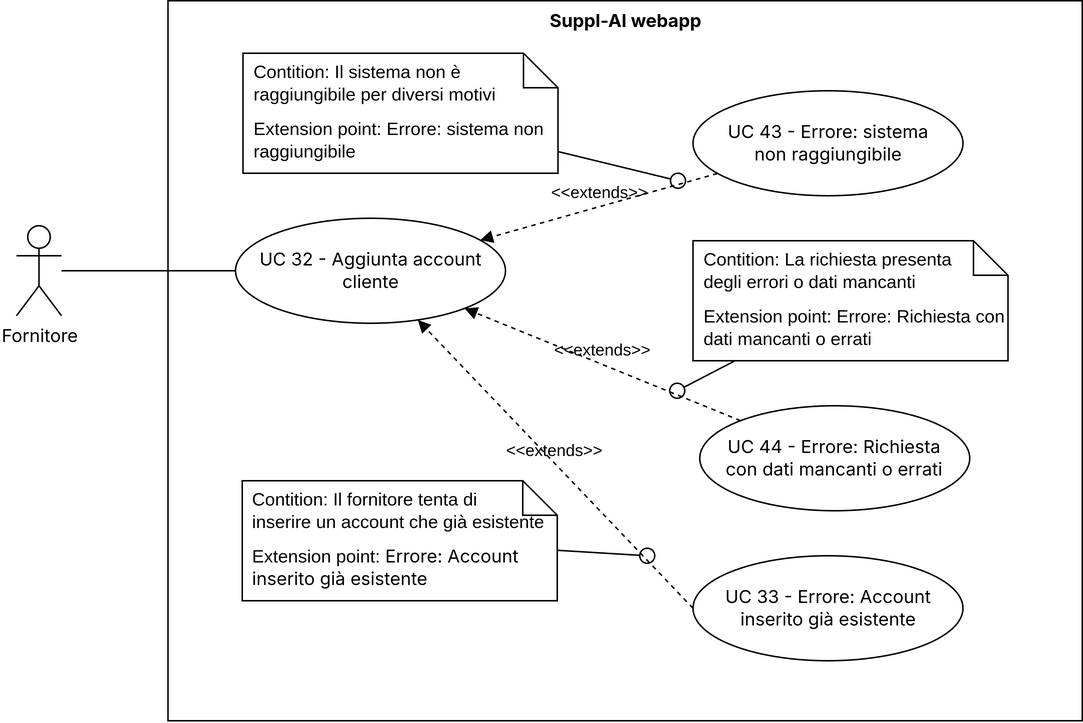
CodeHex16/documentazione keeps this draw.io diagram as 3 - PB/imgs/uc32.png. Above is the earlier version. Source tidied: cells renumbered, new cells last; positions are measured from the earlier drawing's top-left corner, leaving out a move shared by most shapes.
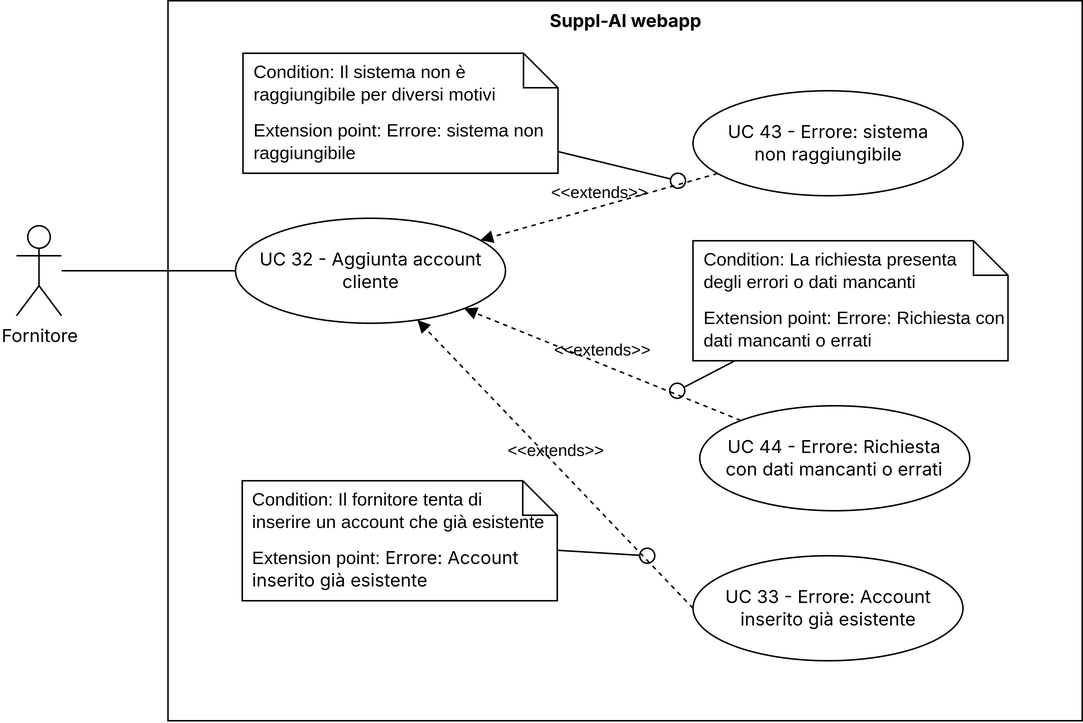
The same file after the commit.

Change to the diagram source:
```diff
@@ -28,7 +28,7 @@
     <mxCell id="9" value="&lt;br&gt;Extension point: Errore: sistema non raggiungibile" style="shape=note2;boundedLbl=1;whiteSpace=wrap;html=1;size=23;verticalAlign=top;align=left;spacingLeft=5;" parent="1" vertex="1">
       <mxGeometry x="150.5" y="35" width="210" height="80" as="geometry" />
     </mxCell>
-    <mxCell id="10" value="&lt;span style=&quot;text-align: center;&quot;&gt;Contition: Il sistema non è raggiungibile per diversi motivi&lt;/span&gt;" style="strokeColor=none;fillColor=none;align=left;spacingLeft=5;whiteSpace=wrap;html=1;" parent="9" vertex="1">
+    <mxCell id="10" value="&lt;span style=&quot;text-align: center;&quot;&gt;Condition&lt;/span&gt;&lt;span style=&quot;text-align: center;&quot;&gt;: Il sistema non è raggiungibile per diversi motivi&lt;/span&gt;" style="strokeColor=none;fillColor=none;align=left;spacingLeft=5;whiteSpace=wrap;html=1;" parent="9" vertex="1">
       <mxGeometry width="210" height="40" relative="1" as="geometry" />
     </mxCell>
     <mxCell id="11" style="edgeStyle=orthogonalEdgeStyle;rounded=0;orthogonalLoop=1;jettySize=auto;html=1;exitX=0.5;exitY=1;exitDx=0;exitDy=0;" parent="9" edge="1" source="10" target="10">
@@ -48,7 +48,7 @@
     <mxCell id="15" value="&lt;br&gt;Extension point: Errore: Richiesta con dati mancanti o errati" style="shape=note2;boundedLbl=1;whiteSpace=wrap;html=1;size=23;verticalAlign=top;align=left;spacingLeft=5;" parent="1" vertex="1">
       <mxGeometry x="450.5" y="160" width="210" height="80" as="geometry" />
     </mxCell>
-    <mxCell id="16" value="&lt;span style=&quot;text-align: center;&quot;&gt;Contition: La richiesta presenta&lt;/span&gt;&lt;br style=&quot;text-align: center;&quot;&gt;&lt;span style=&quot;text-align: center;&quot;&gt;degli errori o dati mancanti&amp;nbsp;&amp;nbsp;&lt;/span&gt;" style="strokeColor=none;fillColor=none;align=left;spacingLeft=5;whiteSpace=wrap;html=1;" parent="15" vertex="1">
+    <mxCell id="16" value="&lt;span style=&quot;text-align: center;&quot;&gt;Condition&lt;/span&gt;&lt;span style=&quot;text-align: center;&quot;&gt;: La richiesta presenta&lt;/span&gt;&lt;br style=&quot;text-align: center;&quot;&gt;&lt;span style=&quot;text-align: center;&quot;&gt;degli errori o dati mancanti&amp;nbsp;&amp;nbsp;&lt;/span&gt;" style="strokeColor=none;fillColor=none;align=left;spacingLeft=5;whiteSpace=wrap;html=1;" parent="15" vertex="1">
       <mxGeometry width="210" height="40" relative="1" as="geometry" />
     </mxCell>
     <mxCell id="17" style="edgeStyle=orthogonalEdgeStyle;rounded=0;orthogonalLoop=1;jettySize=auto;html=1;exitX=0.5;exitY=1;exitDx=0;exitDy=0;" parent="15" edge="1" source="16" target="16">
@@ -60,7 +60,7 @@
     <mxCell id="19" value="&lt;br&gt;Extension point:&amp;nbsp;&lt;span style=&quot;font-family: Inter; text-align: center;&quot;&gt;Errore: Account inserito già esistente&lt;/span&gt;" style="shape=note2;boundedLbl=1;whiteSpace=wrap;html=1;size=23;verticalAlign=top;align=left;spacingLeft=5;" parent="1" vertex="1">
       <mxGeometry x="150" y="320" width="210" height="80" as="geometry" />
     </mxCell>
-    <mxCell id="20" value="&lt;span style=&quot;text-align: center;&quot;&gt;Contition: Il fornitore tenta di &lt;br&gt;inserire un account che già esistente&lt;/span&gt;&lt;span style=&quot;text-align: center;&quot;&gt;&amp;nbsp;&amp;nbsp;&lt;/span&gt;" style="strokeColor=none;fillColor=none;align=left;spacingLeft=5;whiteSpace=wrap;html=1;" parent="19" vertex="1">
+    <mxCell id="20" value="&lt;span style=&quot;text-align: center;&quot;&gt;Condition&lt;/span&gt;&lt;span style=&quot;text-align: center;&quot;&gt;: Il fornitore tenta di &lt;br&gt;inserire un account che già esistente&lt;/span&gt;&lt;span style=&quot;text-align: center;&quot;&gt;&amp;nbsp;&amp;nbsp;&lt;/span&gt;" style="strokeColor=none;fillColor=none;align=left;spacingLeft=5;whiteSpace=wrap;html=1;" parent="19" vertex="1">
       <mxGeometry width="210" height="40" relative="1" as="geometry" />
     </mxCell>
     <mxCell id="21" style="edgeStyle=orthogonalEdgeStyle;rounded=0;orthogonalLoop=1;jettySize=auto;html=1;exitX=0.5;exitY=1;exitDx=0;exitDy=0;" parent="19" edge="1" source="20" target="20">
```
